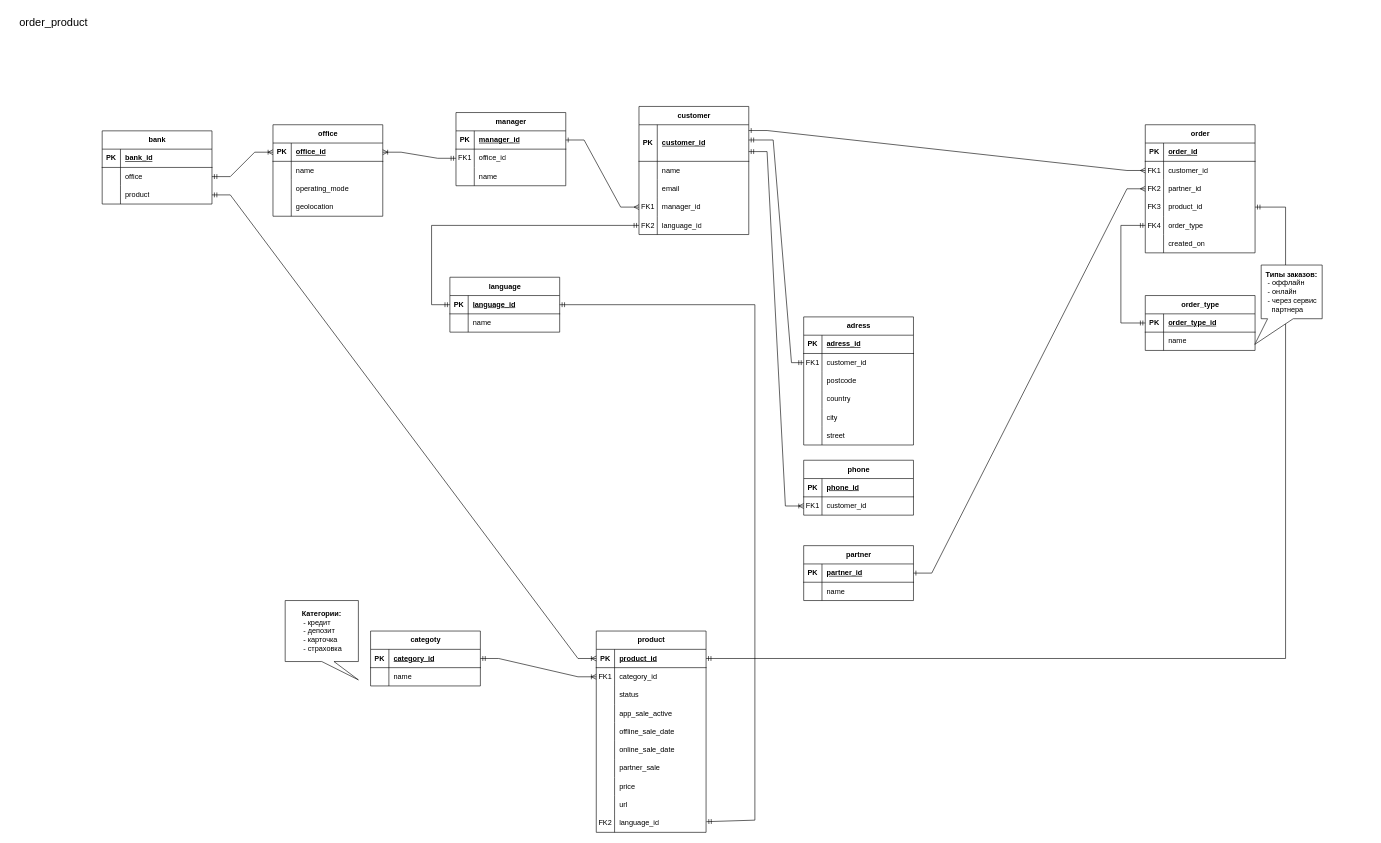
Earlier version of the draw.io diagram Банк_erd.drawio (L-Valentine/Plantuml). Source tidied: cells renumbered, new cells numbered last; positions are measured from the earlier drawing's top-left corner, leaving out a move shared by most shapes. Both pictures are drawn from the tidied source at 61%, with x=0, y=0 at pixel (10, 10).
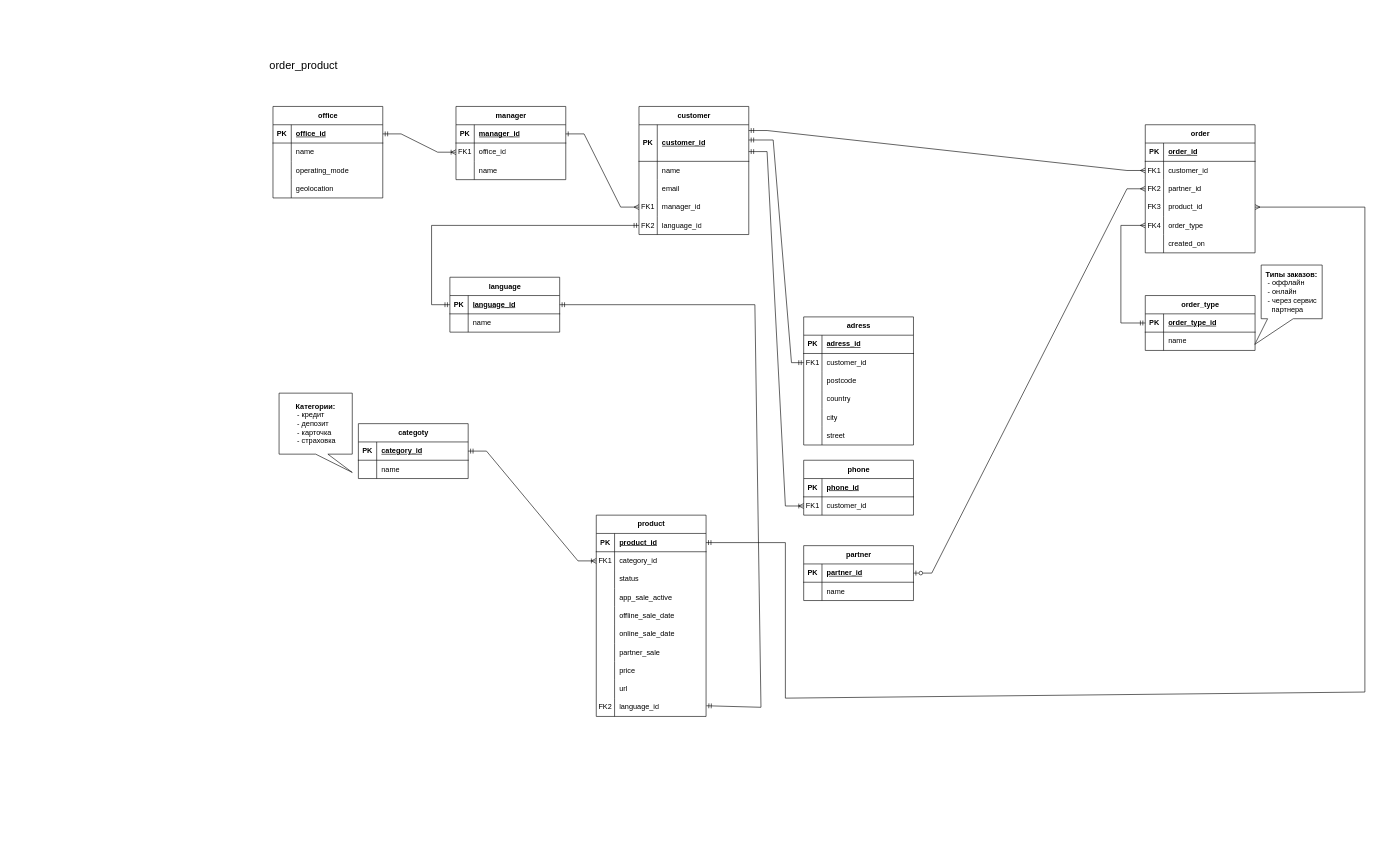
The same diagram, later.

The change refers to these unchanged cells:
```xml
<mxCell id="20" style="shape=tableRow;horizontal=0;startSize=0;swimlaneHead=0;swimlaneBody=0;fillColor=none;points=[[0,0.5],[1,0.5]];portConstraint=eastwest;top=0;left=0;right=0;bottom=1;" parent="19" vertex="1">
  <mxGeometry y="30" width="180" height="60" as="geometry" />
</mxCell>
<mxCell id="39" style="shape=tableRow;horizontal=0;startSize=0;swimlaneHead=0;swimlaneBody=0;fillColor=none;points=[[0,0.5],[1,0.5]];portConstraint=eastwest;top=0;left=0;right=0;bottom=0;" parent="35" vertex="1">
  <mxGeometry y="60" width="180" height="30" as="geometry" />
</mxCell>
<mxCell id="49" style="shape=tableRow;horizontal=0;startSize=0;swimlaneHead=0;swimlaneBody=0;fillColor=none;points=[[0,0.5],[1,0.5]];portConstraint=eastwest;top=0;left=0;right=0;bottom=0;" parent="45" vertex="1">
  <mxGeometry y="60" width="180" height="30" as="geometry" />
</mxCell>
<mxCell id="52" style="shape=tableRow;horizontal=0;startSize=0;swimlaneHead=0;swimlaneBody=0;fillColor=none;points=[[0,0.5],[1,0.5]];portConstraint=eastwest;top=0;left=0;right=0;bottom=0;" parent="45" vertex="1">
  <mxGeometry y="90" width="180" height="30" as="geometry" />
</mxCell>
<mxCell id="55" style="shape=tableRow;horizontal=0;startSize=0;swimlaneHead=0;swimlaneBody=0;fillColor=none;points=[[0,0.5],[1,0.5]];portConstraint=eastwest;top=0;left=0;right=0;bottom=0;" parent="45" vertex="1">
  <mxGeometry y="120" width="180" height="30" as="geometry" />
</mxCell>
<mxCell id="58" style="shape=tableRow;horizontal=0;startSize=0;swimlaneHead=0;swimlaneBody=0;fillColor=none;points=[[0,0.5],[1,0.5]];portConstraint=eastwest;top=0;left=0;right=0;bottom=0;" parent="45" vertex="1">
  <mxGeometry y="150" width="180" height="30" as="geometry" />
</mxCell>
<mxCell id="65" style="shape=tableRow;horizontal=0;startSize=0;swimlaneHead=0;swimlaneBody=0;fillColor=none;points=[[0,0.5],[1,0.5]];portConstraint=eastwest;top=0;left=0;right=0;bottom=1;" parent="64" vertex="1">
  <mxGeometry y="30" width="180" height="30" as="geometry" />
</mxCell>
<mxCell id="92" style="shape=tableRow;horizontal=0;startSize=0;swimlaneHead=0;swimlaneBody=0;fillColor=none;points=[[0,0.5],[1,0.5]];portConstraint=eastwest;top=0;left=0;right=0;bottom=0;" parent="64" vertex="1">
  <mxGeometry y="300" width="180" height="30" as="geometry" />
</mxCell>
<mxCell id="97" style="shape=tableRow;horizontal=0;startSize=0;swimlaneHead=0;swimlaneBody=0;fillColor=none;points=[[0,0.5],[1,0.5]];portConstraint=eastwest;top=0;left=0;right=0;bottom=1;" parent="96" vertex="1">
  <mxGeometry y="30" width="180" height="30" as="geometry" />
</mxCell>
<mxCell id="150" style="shape=tableRow;horizontal=0;startSize=0;swimlaneHead=0;swimlaneBody=0;fillColor=none;points=[[0,0.5],[1,0.5]];portConstraint=eastwest;top=0;left=0;right=0;bottom=1;" parent="149" vertex="1">
  <mxGeometry y="30" width="180" height="30" as="geometry" />
</mxCell>
<mxCell id="163" style="shape=tableRow;horizontal=0;startSize=0;swimlaneHead=0;swimlaneBody=0;fillColor=none;points=[[0,0.5],[1,0.5]];portConstraint=eastwest;top=0;left=0;right=0;bottom=1;" parent="162" vertex="1">
  <mxGeometry y="30" width="180" height="30" as="geometry" />
</mxCell>
<mxCell id="173" style="shape=tableRow;horizontal=0;startSize=0;swimlaneHead=0;swimlaneBody=0;fillColor=none;points=[[0,0.5],[1,0.5]];portConstraint=eastwest;top=0;left=0;right=0;bottom=1;" parent="172" vertex="1">
  <mxGeometry y="30" width="180" height="30" as="geometry" />
</mxCell>
```

Diff of the diagram source:
```diff
@@
-    <mxCell id="2" value="bank" style="shape=table;startSize=30;childLayout=tableLayout;rowLines=0;fontStyle=1;align=center;html=1;" parent="1" vertex="1">
-      <mxGeometry x="150" y="197" width="180" height="120" as="geometry" />
-    </mxCell>
-    <mxCell id="3" style="shape=tableRow;horizontal=0;startSize=0;swimlaneHead=0;swimlaneBody=0;fillColor=none;top=0;left=0;right=0;bottom=1;" parent="2" vertex="1">
-      <mxGeometry y="30" width="180" height="30" as="geometry" />
-    </mxCell>
-    <mxCell id="4" value="PK" style="shape=partialRectangle;fillColor=none;top=0;left=0;bottom=0;right=0;fontStyle=1;overflow=hidden;whiteSpace=wrap;html=1;" parent="3" vertex="1">
-      <mxGeometry width="30" height="30" as="geometry" />
-    </mxCell>
-    <mxCell id="5" value="bank_id" style="shape=partialRectangle;fillColor=none;top=0;left=0;bottom=0;right=0;align=left;spacingLeft=6;fontStyle=5;overflow=hidden;whiteSpace=wrap;html=1;" parent="3" vertex="1">
-      <mxGeometry x="30" width="150" height="30" as="geometry" />
-    </mxCell>
-    <mxCell id="6" style="shape=tableRow;horizontal=0;startSize=0;swimlaneHead=0;swimlaneBody=0;fillColor=none;points=[[0,0.5],[1,0.5]];portConstraint=eastwest;top=0;left=0;right=0;bottom=0;" parent="2" vertex="1">
-      <mxGeometry y="60" width="180" height="30" as="geometry" />
-    </mxCell>
-    <mxCell id="7" style="shape=partialRectangle;fillColor=none;top=0;left=0;bottom=0;right=0;overflow=hidden;whiteSpace=wrap;html=1;" parent="6" vertex="1">
-      <mxGeometry width="30" height="30" as="geometry" />
-    </mxCell>
-    <mxCell id="8" value="office" style="shape=partialRectangle;fillColor=none;top=0;left=0;bottom=0;right=0;align=left;spacingLeft=6;overflow=hidden;whiteSpace=wrap;html=1;" parent="6" vertex="1">
-      <mxGeometry x="30" width="150" height="30" as="geometry" />
-    </mxCell>
-    <mxCell id="9" style="shape=tableRow;horizontal=0;startSize=0;swimlaneHead=0;swimlaneBody=0;fillColor=none;points=[[0,0.5],[1,0.5]];portConstraint=eastwest;top=0;left=0;right=0;bottom=0;" parent="2" vertex="1">
-      <mxGeometry y="90" width="180" height="30" as="geometry" />
-    </mxCell>
-    <mxCell id="10" style="shape=partialRectangle;fillColor=none;top=0;left=0;bottom=0;right=0;overflow=hidden;whiteSpace=wrap;html=1;" parent="9" vertex="1">
-      <mxGeometry width="30" height="30" as="geometry" />
-    </mxCell>
-    <mxCell id="11" value="product" style="shape=partialRectangle;fillColor=none;top=0;left=0;bottom=0;right=0;align=left;spacingLeft=6;overflow=hidden;whiteSpace=wrap;html=1;" parent="9" vertex="1">
-      <mxGeometry x="30" width="150" height="30" as="geometry" />
-    </mxCell>
     <mxCell id="12" value="categoty" style="shape=table;startSize=30;childLayout=tableLayout;rowLines=0;fontStyle=1;align=center;html=1;" parent="1" vertex="1">
-      <mxGeometry x="590" y="1017" width="180" height="90" as="geometry" />
+      <mxGeometry x="570" y="677" width="180" height="90" as="geometry" />
     </mxCell>
@@
     <mxCell id="35" value="manager" style="shape=table;startSize=30;childLayout=tableLayout;rowLines=0;fontStyle=1;align=center;html=1;" parent="1" vertex="1">
-      <mxGeometry x="730" y="167" width="180" height="120" as="geometry" />
+      <mxGeometry x="730" y="157" width="180" height="120" as="geometry" />
     </mxCell>
@@
     <mxCell id="64" value="product" style="shape=table;startSize=30;childLayout=tableLayout;rowLines=0;fontStyle=1;align=center;html=1;" parent="1" vertex="1">
-      <mxGeometry x="960" y="1017" width="180" height="330" as="geometry" />
+      <mxGeometry x="960" y="827" width="180" height="330" as="geometry" />
     </mxCell>
@@
-    <mxCell id="95" style="edgeStyle=entityRelationEdgeStyle;fontSize=12;html=1;endArrow=ERmany;startArrow=ERone;rounded=0;exitX=1;exitY=0.158;exitDx=0;exitDy=0;entryX=0;entryY=0.5;entryDx=0;entryDy=0;startFill=0;endFill=0;exitPerimeter=0;" parent="1" edge="1" source="20" target="49">
+    <mxCell id="95" style="edgeStyle=entityRelationEdgeStyle;fontSize=12;html=1;endArrow=ERmany;startArrow=ERmandOne;rounded=0;exitX=1;exitY=0.158;exitDx=0;exitDy=0;entryX=0;entryY=0.5;entryDx=0;entryDy=0;startFill=0;endFill=0;exitPerimeter=0;" parent="1" edge="1" source="20" target="49">
       <mxGeometry relative="1" as="geometry">
         <Array as="points">
           <mxPoint x="1120" y="297" />
         </Array>
       </mxGeometry>
     </mxCell>
     <mxCell id="96" value="office" style="shape=table;startSize=30;childLayout=tableLayout;rowLines=0;fontStyle=1;align=center;html=1;" parent="1" vertex="1">
-      <mxGeometry x="430" y="187" width="180" height="150" as="geometry" />
+      <mxGeometry x="430" y="157" width="180" height="150" as="geometry" />
     </mxCell>
@@
-    <mxCell id="156" style="edgeStyle=entityRelationEdgeStyle;fontSize=12;html=1;endArrow=ERmany;startArrow=ERone;rounded=0;exitX=1;exitY=0.5;exitDx=0;exitDy=0;entryX=0;entryY=0.5;entryDx=0;entryDy=0;startFill=0;endFill=0;" parent="1" edge="1" source="150" target="52">
+    <mxCell id="156" style="edgeStyle=entityRelationEdgeStyle;fontSize=12;html=1;endArrow=ERmany;startArrow=ERzeroToOne;rounded=0;exitX=1;exitY=0.5;exitDx=0;exitDy=0;entryX=0;entryY=0.5;entryDx=0;entryDy=0;startFill=0;endFill=0;" parent="1" edge="1" source="150" target="52">
       <mxGeometry relative="1" as="geometry">
         <Array as="points">
           <mxPoint x="1260" y="502" />
           <mxPoint x="1860" y="287" />
           <mxPoint x="1857" y="287" />
           <mxPoint x="1830" y="277" />
           <mxPoint x="1860" y="287" />
         </Array>
       </mxGeometry>
     </mxCell>
-    <mxCell id="157" style="edgeStyle=entityRelationEdgeStyle;fontSize=12;html=1;endArrow=ERoneToMany;startArrow=ERmandOne;rounded=0;exitX=1;exitY=0.5;exitDx=0;exitDy=0;entryX=0;entryY=0.5;entryDx=0;entryDy=0;" parent="1" edge="1" source="6" target="97">
-      <mxGeometry relative="1" as="geometry" />
-    </mxCell>
-    <mxCell id="158" style="edgeStyle=entityRelationEdgeStyle;fontSize=12;html=1;endArrow=ERoneToMany;startArrow=ERmandOne;rounded=0;entryX=0;entryY=0.5;entryDx=0;entryDy=0;exitX=1;exitY=0.5;exitDx=0;exitDy=0;" parent="1" edge="1" source="9" target="65">
-      <mxGeometry relative="1" as="geometry" />
-    </mxCell>
@@
-    <mxCell id="160" style="edgeStyle=entityRelationEdgeStyle;fontSize=12;html=1;endArrow=ERmandOne;startArrow=ERoneToMany;rounded=0;exitX=1;exitY=0.5;exitDx=0;exitDy=0;entryX=0;entryY=0.5;entryDx=0;entryDy=0;endFill=0;startFill=0;" parent="1" edge="1" source="97" target="39">
+    <mxCell id="160" style="edgeStyle=entityRelationEdgeStyle;fontSize=12;html=1;endArrow=ERoneToMany;startArrow=ERmandOne;rounded=0;exitX=1;exitY=0.5;exitDx=0;exitDy=0;entryX=0;entryY=0.5;entryDx=0;entryDy=0;endFill=0;startFill=0;" parent="1" edge="1" source="97" target="39">
       <mxGeometry relative="1" as="geometry" />
     </mxCell>
-    <mxCell id="161" style="fontSize=12;html=1;endArrow=ERmandOne;startArrow=ERmandOne;rounded=0;edgeStyle=orthogonalEdgeStyle;entryX=1;entryY=0.5;entryDx=0;entryDy=0;startFill=0;" parent="1" edge="1" target="55">
+    <mxCell id="161" style="fontSize=12;html=1;endArrow=ERmany;startArrow=ERmandOne;rounded=0;entryX=1;entryY=0.5;entryDx=0;entryDy=0;startFill=0;exitX=1;exitY=0.5;exitDx=0;exitDy=0;endFill=0;" parent="1" edge="1" source="65" target="55">
       <mxGeometry relative="1" as="geometry">
-        <mxPoint x="1140" y="1062" as="sourcePoint" />
         <Array as="points">
-          <mxPoint x="2090" y="1062" />
-          <mxPoint x="2090" y="322" />
+          <mxPoint x="1270" y="872" />
+          <mxPoint x="1270" y="1127" />
+          <mxPoint x="2220" y="1117" />
+          <mxPoint x="2220" y="322" />
         </Array>
       </mxGeometry>
     </mxCell>
@@
     <mxCell id="170" style="fontSize=12;html=1;endArrow=ERmandOne;startArrow=ERmandOne;rounded=0;entryX=1;entryY=0.5;entryDx=0;entryDy=0;exitX=1.003;exitY=0.416;exitDx=0;exitDy=0;exitPerimeter=0;" parent="1" edge="1" source="92" target="163">
       <mxGeometry relative="1" as="geometry">
         <Array as="points">
-          <mxPoint x="1220" y="1327" />
+          <mxPoint x="1230" y="1142" />
           <mxPoint x="1220" y="482" />
         </Array>
       </mxGeometry>
     </mxCell>
     <mxCell id="171" value="&lt;font style=&quot;font-size: 18px;&quot;&gt;order_product&lt;/font&gt;" style="text;html=1;align=center;verticalAlign=middle;strokeColor=none;fillColor=none;" parent="1" vertex="1">
-      <mxGeometry width="140" height="40" as="geometry" />
+      <mxGeometry x="410" y="70" width="140" height="40" as="geometry" />
     </mxCell>
@@
-    <mxCell id="179" style="fontSize=12;html=1;endArrow=ERmandOne;startArrow=ERmandOne;rounded=0;exitX=0;exitY=0.5;exitDx=0;exitDy=0;entryX=0;entryY=0.5;entryDx=0;entryDy=0;" parent="1" edge="1" source="173" target="58">
+    <mxCell id="179" style="fontSize=12;html=1;endArrow=ERmany;startArrow=ERmandOne;rounded=0;exitX=0;exitY=0.5;exitDx=0;exitDy=0;entryX=0;entryY=0.5;entryDx=0;entryDy=0;endFill=0;" parent="1" edge="1" source="173" target="58">
       <mxGeometry relative="1" as="geometry">
         <Array as="points">
           <mxPoint x="1820" y="512" />
           <mxPoint x="1820" y="352" />
         </Array>
       </mxGeometry>
     </mxCell>
@@
     <mxCell id="181" value="&lt;b&gt;Категории:&lt;/b&gt;&lt;br&gt;&lt;div style=&quot;text-align: left;&quot;&gt;&lt;span style=&quot;background-color: initial;&quot;&gt;&amp;nbsp;- кредит&lt;/span&gt;&lt;/div&gt;&lt;div style=&quot;text-align: left;&quot;&gt;&lt;span style=&quot;background-color: initial;&quot;&gt;&amp;nbsp;- депозит&lt;/span&gt;&lt;/div&gt;&lt;div style=&quot;text-align: left;&quot;&gt;&lt;span style=&quot;background-color: initial;&quot;&gt;&amp;nbsp;- карточка&lt;/span&gt;&lt;/div&gt;&lt;div style=&quot;text-align: left;&quot;&gt;&lt;span style=&quot;background-color: initial;&quot;&gt;&amp;nbsp;- страховка&lt;/span&gt;&lt;/div&gt;" style="shape=callout;whiteSpace=wrap;html=1;perimeter=calloutPerimeter;position2=1;" parent="1" vertex="1">
-      <mxGeometry x="450" y="967" width="120" height="130" as="geometry" />
+      <mxGeometry x="440" y="627" width="120" height="130" as="geometry" />
     </mxCell>
```
